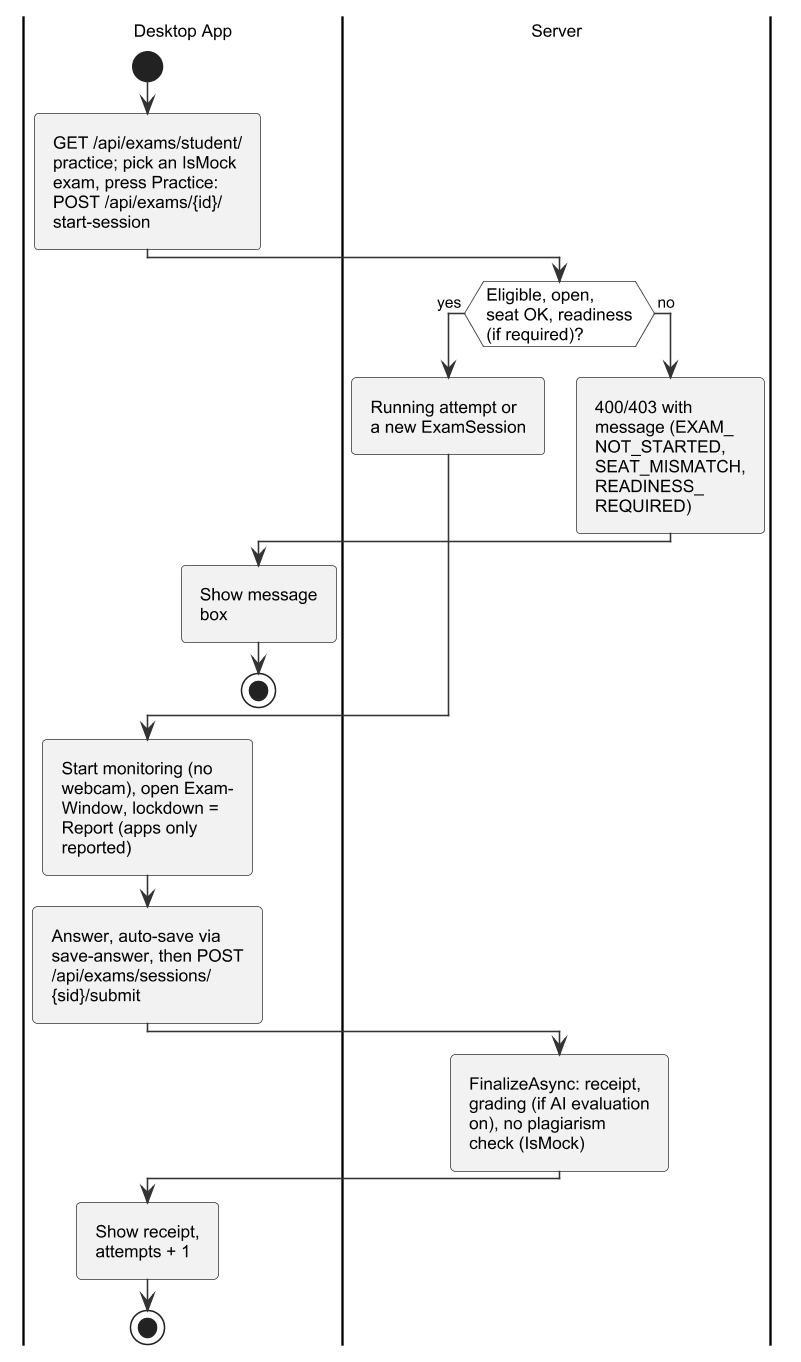
Earlier version of the PlantUML export important docs/fyp_doc_3chatp/Figures/activity_readiness.png (Haiderali27-hub/AI-Lab-Monitoring-).
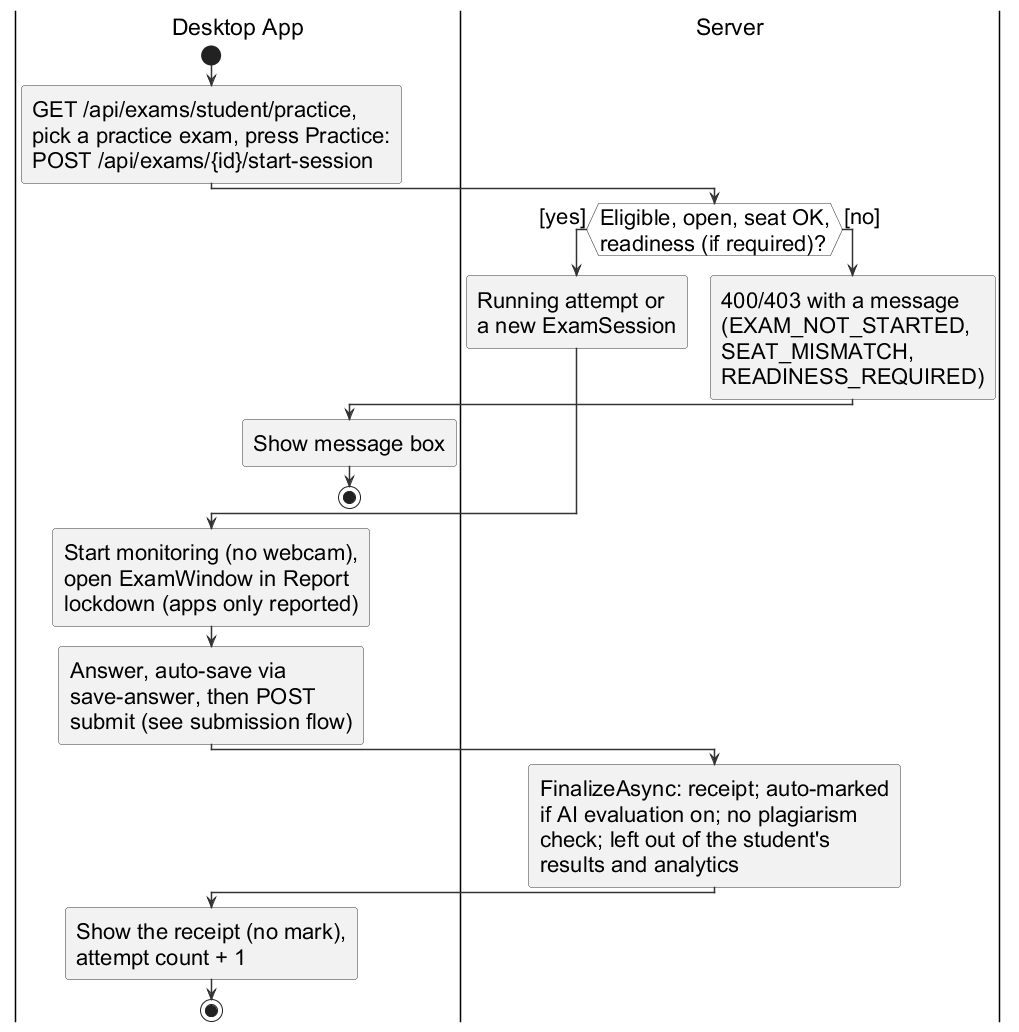
The same diagram one commit later.

The edit, as a diff of the source:
```diff
@@ -1,24 +1,45 @@
 @startuml
 !include style.iuml
+skinparam dpi 96
+skinparam defaultFontSize 22
+skinparam ArrowFontSize 22
+skinparam ArrowThickness 1.5
+skinparam padding 1
+skinparam swimlane {
+  TitleFontSize 23
+}
 
 |Desktop App|
 start
-:GET /api/exams/student/\npractice; pick an IsMock\nexam, press Practice:\nPOST /api/exams/{id}/\nstart-session;
+:GET /api/exams/student/practice,\npick a practice exam, press Practice:\nPOST /api/exams/{id}/start-session;
 |Server|
-if (Eligible, open,\nseat OK, readiness\n(if required)?) then (yes)
-  :Running attempt or\na new ExamSession;
-else (no)
-  :400/403 with\nmessage (EXAM_\nNOT_STARTED,\nSEAT_MISMATCH,\nREADINESS_\nREQUIRED);
+if (Eligible, open, seat OK,
+readiness (if required)?) then ([yes])
+  :Running attempt or
+  a new ExamSession;
+else ([no])
+  :400/403 with a message
+  (EXAM_NOT_STARTED,
+  SEAT_MISMATCH,
+  READINESS_REQUIRED);
   |Desktop App|
-  :Show message\nbox;
+  :Show message box;
   stop
 endif
 |Desktop App|
-:Start monitoring (no\nwebcam), open Exam-\nWindow, lockdown =\nReport (apps only\nreported);
-:Answer, auto-save via\nsave-answer, then POST\n/api/exams/sessions/\n{sid}/submit;
+:Start monitoring (no webcam),
+open ExamWindow in Report
+lockdown (apps only reported);
+:Answer, auto-save via
+save-answer, then POST
+submit (see submission flow);
 |Server|
-:FinalizeAsync: receipt,\ngrading (if AI evaluation\non), no plagiarism\ncheck (IsMock);
+:FinalizeAsync: receipt; auto-marked
+if AI evaluation on; no plagiarism
+check; left out of the student's
+results and analytics;
 |Desktop App|
-:Show receipt,\nattempts + 1;
+:Show the receipt (no mark),
+attempt count + 1;
 stop
 @enduml
```
